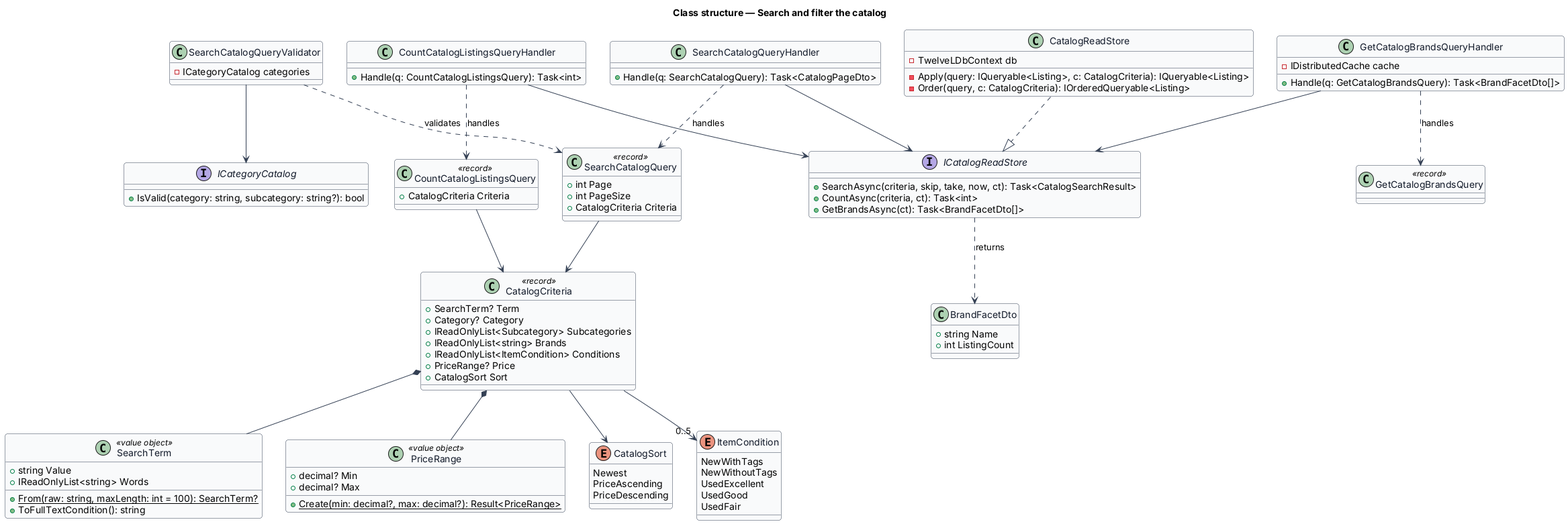
QuinntyneBrown/12l keeps this PlantUML diagram as docs/detailed-designs/catalog/search-and-filter-catalog/diagrams/class-structure.png. Above is the earlier version.
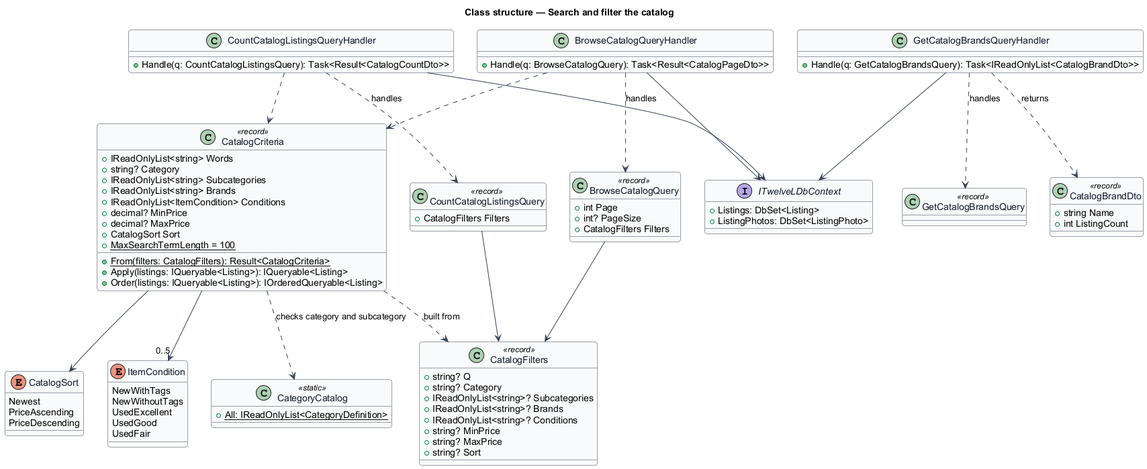
After the commit.

What changed in the source:
```diff
@@ -11,27 +11,30 @@
 }
 title Class structure — Search and filter the catalog
 
+class CatalogFilters <<record>> {
+  +string? Q
+  +string? Category
+  +IReadOnlyList<string>? Subcategories
+  +IReadOnlyList<string>? Brands
+  +IReadOnlyList<string>? Conditions
+  +string? MinPrice
+  +string? MaxPrice
+  +string? Sort
+}
+
 class CatalogCriteria <<record>> {
-  +SearchTerm? Term
-  +Category? Category
-  +IReadOnlyList<Subcategory> Subcategories
+  +IReadOnlyList<string> Words
+  +string? Category
+  +IReadOnlyList<string> Subcategories
   +IReadOnlyList<string> Brands
   +IReadOnlyList<ItemCondition> Conditions
-  +PriceRange? Price
+  +decimal? MinPrice
+  +decimal? MaxPrice
   +CatalogSort Sort
-}
-
-class SearchTerm <<value object>> {
-  +string Value
-  +IReadOnlyList<string> Words
-  +{static} From(raw: string, maxLength: int = 100): SearchTerm?
-  +ToFullTextCondition(): string
-}
-
-class PriceRange <<value object>> {
-  +decimal? Min
-  +decimal? Max
-  +{static} Create(min: decimal?, max: decimal?): Result<PriceRange>
+  +{static} MaxSearchTermLength = 100
+  +{static} From(filters: CatalogFilters): Result<CatalogCriteria>
+  +Apply(listings: IQueryable<Listing>): IQueryable<Listing>
+  +Order(listings: IQueryable<Listing>): IOrderedQueryable<Listing>
 }
 
 enum CatalogSort {
@@ -48,68 +51,55 @@
   UsedFair
 }
 
-class SearchCatalogQuery <<record>> {
+class CategoryCatalog <<static>> {
+  +{static} All: IReadOnlyList<CategoryDefinition>
+}
+
+class BrowseCatalogQuery <<record>> {
   +int Page
-  +int PageSize
-  +CatalogCriteria Criteria
+  +int? PageSize
+  +CatalogFilters Filters
 }
 
 class CountCatalogListingsQuery <<record>> {
-  +CatalogCriteria Criteria
+  +CatalogFilters Filters
 }
 
 class GetCatalogBrandsQuery <<record>>
 
-class SearchCatalogQueryValidator {
-  -ICategoryCatalog categories
+class BrowseCatalogQueryHandler {
+  +Handle(q: BrowseCatalogQuery): Task<Result<CatalogPageDto>>
+}
+class CountCatalogListingsQueryHandler {
+  +Handle(q: CountCatalogListingsQuery): Task<Result<CatalogCountDto>>
+}
+class GetCatalogBrandsQueryHandler {
+  +Handle(q: GetCatalogBrandsQuery): Task<IReadOnlyList<CatalogBrandDto>>
 }
 
-interface ICategoryCatalog {
-  +IsValid(category: string, subcategory: string?): bool
+interface ITwelveLDbContext {
+  +Listings: DbSet<Listing>
+  +ListingPhotos: DbSet<ListingPhoto>
 }
 
-class SearchCatalogQueryHandler {
-  +Handle(q: SearchCatalogQuery): Task<CatalogPageDto>
-}
-class CountCatalogListingsQueryHandler {
-  +Handle(q: CountCatalogListingsQuery): Task<int>
-}
-class GetCatalogBrandsQueryHandler {
-  -IDistributedCache cache
-  +Handle(q: GetCatalogBrandsQuery): Task<BrandFacetDto[]>
-}
-
-interface ICatalogReadStore {
-  +SearchAsync(criteria, skip, take, now, ct): Task<CatalogSearchResult>
-  +CountAsync(criteria, ct): Task<int>
-  +GetBrandsAsync(ct): Task<BrandFacetDto[]>
-}
-
-class CatalogReadStore {
-  -TwelveLDbContext db
-  -Apply(query: IQueryable<Listing>, c: CatalogCriteria): IQueryable<Listing>
-  -Order(query, c: CatalogCriteria): IOrderedQueryable<Listing>
-}
-
-class BrandFacetDto {
+class CatalogBrandDto <<record>> {
   +string Name
   +int ListingCount
 }
 
-CatalogCriteria *-- SearchTerm
-CatalogCriteria *-- PriceRange
+CatalogCriteria ..> CatalogFilters : built from
 CatalogCriteria --> CatalogSort
 CatalogCriteria --> "0..5" ItemCondition
-SearchCatalogQuery --> CatalogCriteria
-CountCatalogListingsQuery --> CatalogCriteria
-SearchCatalogQueryValidator ..> SearchCatalogQuery : validates
-SearchCatalogQueryValidator --> ICategoryCatalog
-SearchCatalogQueryHandler ..> SearchCatalogQuery : handles
+CatalogCriteria ..> CategoryCatalog : checks category and subcategory
+BrowseCatalogQuery --> CatalogFilters
+CountCatalogListingsQuery --> CatalogFilters
+BrowseCatalogQueryHandler ..> BrowseCatalogQuery : handles
 CountCatalogListingsQueryHandler ..> CountCatalogListingsQuery : handles
 GetCatalogBrandsQueryHandler ..> GetCatalogBrandsQuery : handles
-SearchCatalogQueryHandler --> ICatalogReadStore
-CountCatalogListingsQueryHandler --> ICatalogReadStore
-GetCatalogBrandsQueryHandler --> ICatalogReadStore
-CatalogReadStore ..|> ICatalogReadStore
-ICatalogReadStore ..> BrandFacetDto : returns
+BrowseCatalogQueryHandler ..> CatalogCriteria
+CountCatalogListingsQueryHandler ..> CatalogCriteria
+BrowseCatalogQueryHandler --> ITwelveLDbContext
+CountCatalogListingsQueryHandler --> ITwelveLDbContext
+GetCatalogBrandsQueryHandler --> ITwelveLDbContext
+GetCatalogBrandsQueryHandler ..> CatalogBrandDto : returns
 @enduml
```
